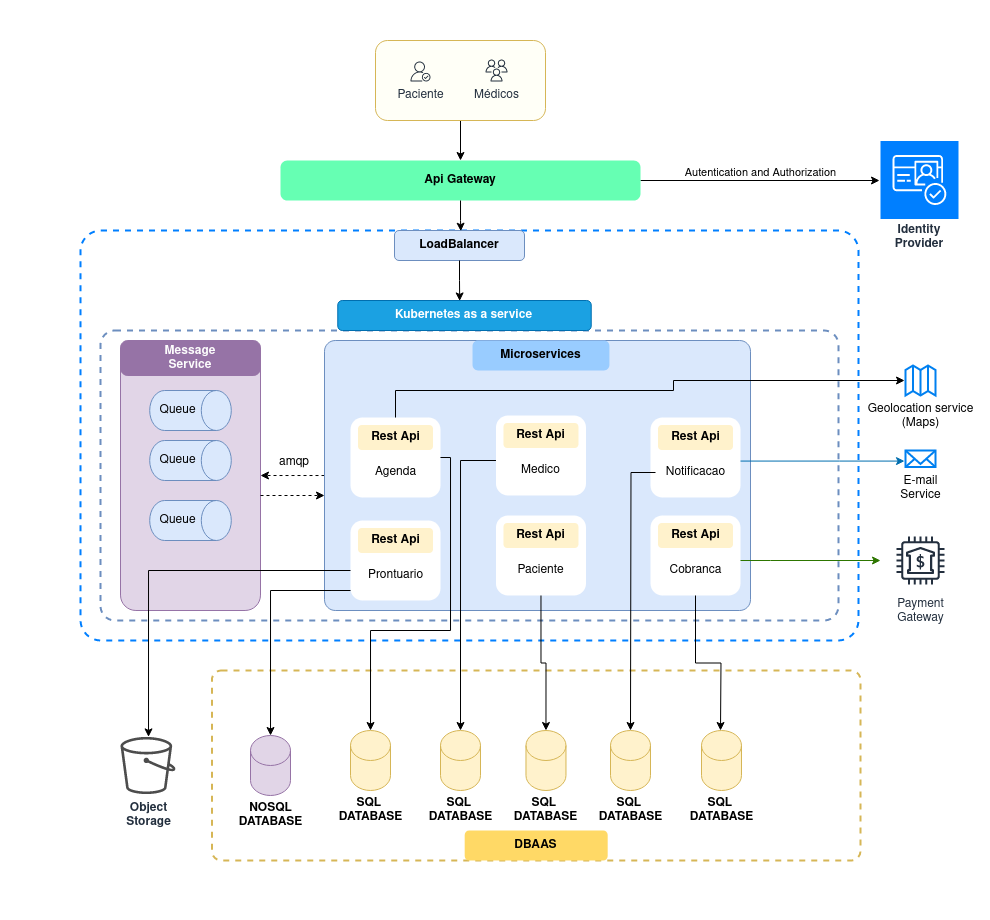
Above: imgs/arquiteura_solucao_healthtech.png in rafaelbgil/fiap-hackathon (draw.io), before the change. Source tidied: cells renumbered, new cells last; positions are measured from the earlier drawing's top-left corner, leaving out a move shared by most shapes.
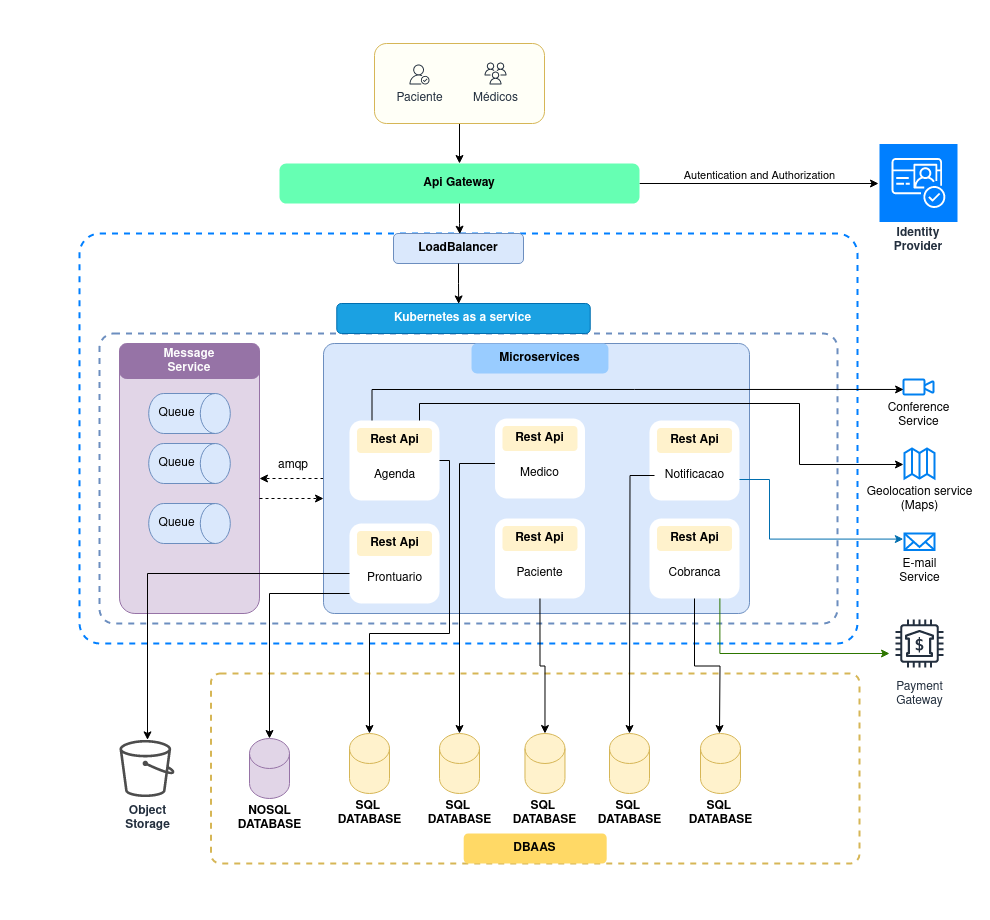
Above is the later version.

Commit message:
atualizada imagem da arquitetura com servico de conferencia

What changed in the source:
```diff
@@ -3,7 +3,7 @@
     <mxCell id="0" />
     <mxCell id="1" parent="0" />
     <mxCell id="2" style="whiteSpace=wrap;html=1;strokeColor=none;" parent="1" vertex="1">
-      <mxGeometry width="990" height="920" as="geometry" />
+      <mxGeometry x="1" y="-3" width="990" height="920" as="geometry" />
     </mxCell>
     <mxCell id="3" style="rounded=1;whiteSpace=wrap;html=1;fillColor=none;arcSize=5;dashed=1;strokeColor=#007FFF;strokeWidth=2;" parent="1" vertex="1">
       <mxGeometry x="80" y="230" width="778" height="410" as="geometry" />
@@ -206,28 +206,20 @@
       <mxGeometry y="60" width="80" height="40" as="geometry" />
     </mxCell>
     <mxCell id="66" value="&lt;div&gt;E-mail&lt;/div&gt;&lt;div&gt;Service&lt;br&gt;&lt;/div&gt;" style="html=1;verticalLabelPosition=bottom;align=center;labelBackgroundColor=#ffffff;verticalAlign=top;strokeWidth=2;strokeColor=#0080F0;shadow=0;dashed=0;shape=mxgraph.ios7.icons.mail;" parent="1" vertex="1">
-      <mxGeometry x="905" y="450" width="30" height="16.5" as="geometry" />
+      <mxGeometry x="905" y="530" width="30" height="16.5" as="geometry" />
     </mxCell>
-    <mxCell id="67" style="edgeStyle=orthogonalEdgeStyle;rounded=0;jettySize=auto;html=1;entryX=-0.033;entryY=0.641;entryDx=0;entryDy=0;entryPerimeter=0;fillColor=#1ba1e2;strokeColor=#006EAF;" parent="1" edge="1" source="28" target="66">
+    <mxCell id="67" style="edgeStyle=orthogonalEdgeStyle;rounded=0;jettySize=auto;html=1;fillColor=#1ba1e2;strokeColor=#006EAF;entryX=-0.039;entryY=0.338;entryDx=0;entryDy=0;entryPerimeter=0;" parent="1" edge="1" target="66">
       <mxGeometry relative="1" as="geometry">
+        <mxPoint x="740" y="476" as="sourcePoint" />
         <Array as="points">
-          <mxPoint x="839" y="461" />
+          <mxPoint x="770" y="476" />
+          <mxPoint x="770" y="536" />
         </Array>
       </mxGeometry>
     </mxCell>
     <mxCell id="68" value="&lt;div&gt;Payment&lt;/div&gt;&lt;div&gt;Gateway&lt;br&gt;&lt;/div&gt;" style="sketch=0;outlineConnect=0;fontColor=#232F3E;gradientColor=none;strokeColor=#232F3E;fillColor=#ffffff;dashed=0;verticalLabelPosition=bottom;verticalAlign=top;align=center;html=1;fontSize=12;fontStyle=0;shape=mxgraph.aws4.resourceIcon;resIcon=mxgraph.aws4.bank;" parent="1" vertex="1">
-      <mxGeometry x="890" y="530" width="60" height="60" as="geometry" />
+      <mxGeometry x="890" y="610" width="60" height="60" as="geometry" />
     </mxCell>
-    <mxCell id="69" style="edgeStyle=orthogonalEdgeStyle;rounded=0;orthogonalLoop=1;jettySize=auto;html=1;fillColor=#60a917;strokeColor=#2D7600;" parent="1" edge="1">
-      <mxGeometry relative="1" as="geometry">
-        <mxPoint x="740" y="560" as="sourcePoint" />
-        <mxPoint x="880" y="560" as="targetPoint" />
-        <Array as="points">
-          <mxPoint x="770" y="560" />
-          <mxPoint x="770" y="560" />
-        </Array>
-      </mxGeometry>
-    </mxCell>
     <mxCell id="70" style="group;" parent="1" vertex="1">
       <mxGeometry x="120" y="340" width="160" height="270" as="geometry" />
     </mxCell>
@@ -290,17 +282,29 @@
       <mxGeometry x="264" y="446.5" width="60" height="30" as="geometry" />
     </mxCell>
     <mxCell id="83" value="&lt;div&gt;Geolocation service&lt;/div&gt;&lt;div&gt;(Maps)&lt;br&gt;&lt;/div&gt;" style="html=1;verticalLabelPosition=bottom;align=center;labelBackgroundColor=#ffffff;verticalAlign=top;strokeWidth=2;strokeColor=#0080F0;shadow=0;dashed=0;shape=mxgraph.ios7.icons.map;" parent="1" vertex="1">
-      <mxGeometry x="905" y="365" width="30" height="30" as="geometry" />
+      <mxGeometry x="905" y="445" width="30" height="30" as="geometry" />
     </mxCell>
     <mxCell id="84" style="edgeStyle=orthogonalEdgeStyle;rounded=0;jettySize=auto;html=1;entryX=-0.033;entryY=0.533;entryDx=0;entryDy=0;entryPerimeter=0;" parent="1" edge="1" source="37" target="83">
       <mxGeometry relative="1" as="geometry">
         <Array as="points">
-          <mxPoint x="395" y="390" />
-          <mxPoint x="673" y="390" />
-          <mxPoint x="673" y="380" />
-          <mxPoint x="904" y="380" />
+          <mxPoint x="420" y="400" />
+          <mxPoint x="800" y="400" />
+          <mxPoint x="800" y="461" />
         </Array>
       </mxGeometry>
     </mxCell>
+    <mxCell id="85" value="&lt;div&gt;Conference&lt;/div&gt;&lt;div&gt;Service&lt;br&gt;&lt;/div&gt;" style="html=1;verticalLabelPosition=bottom;align=center;labelBackgroundColor=#ffffff;verticalAlign=top;strokeWidth=2;strokeColor=#0080F0;shadow=0;dashed=0;shape=mxgraph.ios7.icons.video_conversation;" parent="1" vertex="1">
+      <mxGeometry x="904" y="376" width="30" height="15" as="geometry" />
+    </mxCell>
+    <mxCell id="69" style="edgeStyle=orthogonalEdgeStyle;rounded=0;jettySize=auto;html=1;fillColor=#60a917;strokeColor=#2D7600;exitX=0.782;exitY=0.998;exitDx=0;exitDy=0;exitPerimeter=0;" parent="1" edge="1" source="46" target="68">
+      <mxGeometry relative="1" as="geometry">
+        <Array as="points">
+          <mxPoint x="720" y="650" />
+        </Array>
+      </mxGeometry>
+    </mxCell>
+    <mxCell id="86" style="edgeStyle=orthogonalEdgeStyle;rounded=0;jettySize=auto;html=1;exitX=0.25;exitY=0;exitDx=0;exitDy=0;entryX=0.003;entryY=0.664;entryDx=0;entryDy=0;entryPerimeter=0;" parent="1" edge="1" source="38" target="85">
+      <mxGeometry relative="1" as="geometry" />
+    </mxCell>
   </root>
 </mxGraphModel>
```
